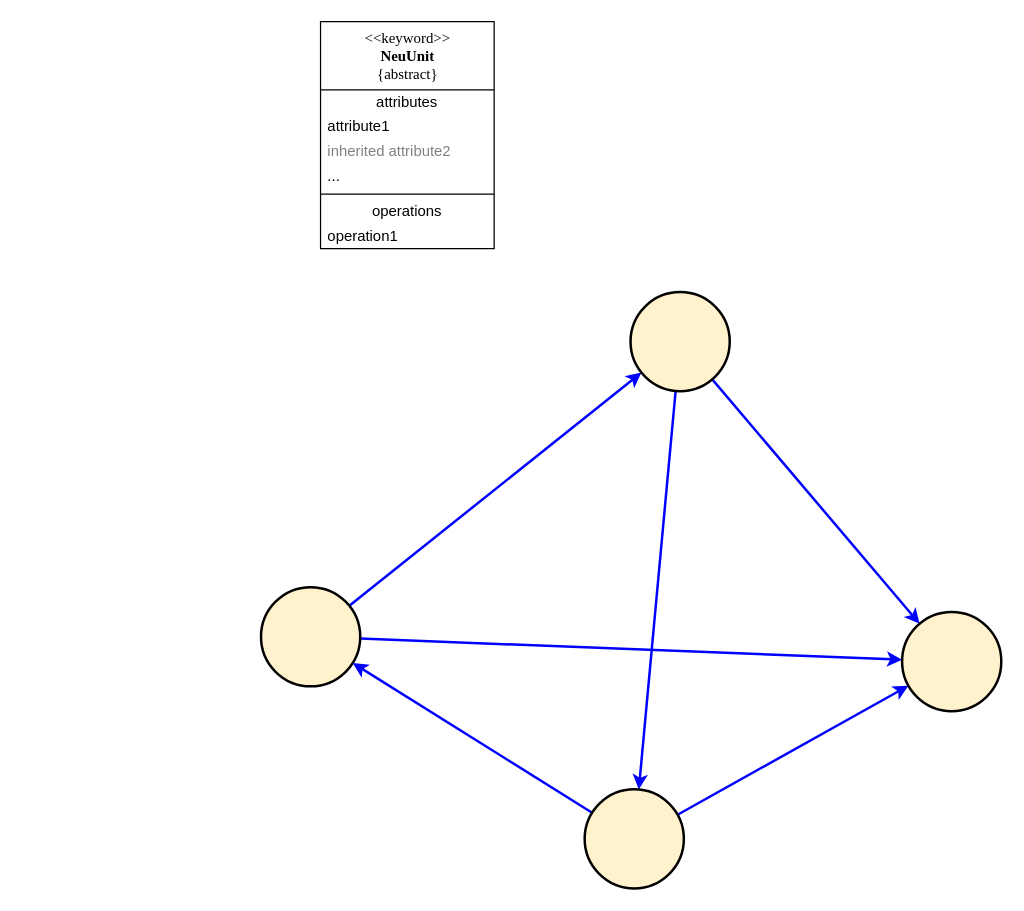
Before: page "微观神经元层框架" (3 of 9) of Analyse/总体分析框架.drawio in EntelechySystem/EntelechySystem_theory, a draw.io diagram. Source tidied: cells renumbered, new cells numbered last; positions are measured from the earlier drawing's top-left corner, leaving out a move shared by most shapes. Both pictures are drawn from the tidied source at 124%, with x=0, y=0 at pixel (260, 21).
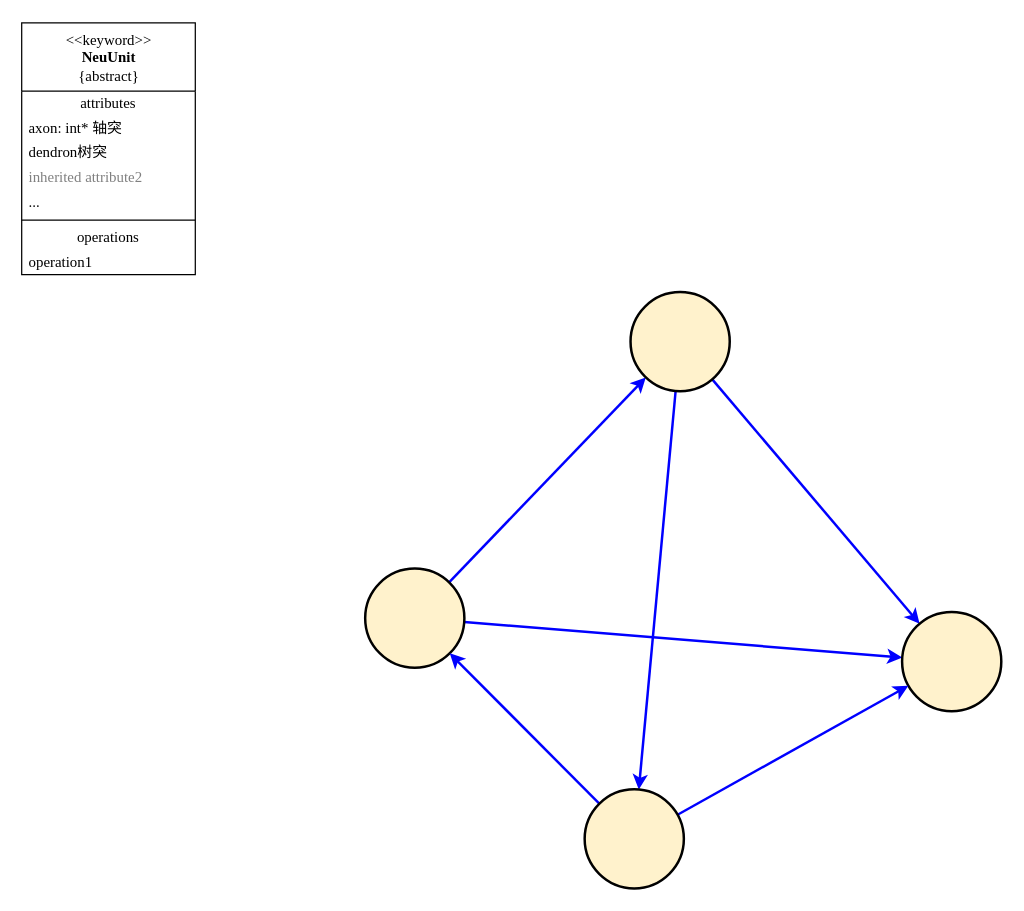
After the change.

The edit, as a diff of the source:
```diff
@@
     <mxCell id="2" value="&amp;lt;&amp;lt;keyword&amp;gt;&amp;gt;&lt;br&gt;&lt;b&gt;NeuUnit&lt;/b&gt;&lt;br&gt;{abstract}" style="swimlane;fontStyle=0;align=center;verticalAlign=top;horizontal=1;startSize=55;html=1;fontFamily=Times New Roman;" parent="1" vertex="1">
-      <mxGeometry x="48" width="140" height="183" as="geometry" />
+      <mxGeometry x="-193" y="1" width="140" height="203" as="geometry" />
     </mxCell>
-    <mxCell id="3" value="attributes" style="text;html=1;strokeColor=none;fillColor=none;align=center;verticalAlign=middle;spacingLeft=4;spacingRight=4;overflow=hidden;" parent="2" vertex="1">
+    <mxCell id="3" value="attributes" style="text;html=1;strokeColor=none;fillColor=none;align=center;verticalAlign=middle;spacingLeft=4;spacingRight=4;overflow=hidden;fontFamily=Times New Roman;" parent="2" vertex="1">
       <mxGeometry y="55" width="140" height="20" as="geometry" />
     </mxCell>
-    <mxCell id="4" value="attribute1" style="text;html=1;strokeColor=none;fillColor=none;align=left;verticalAlign=middle;spacingLeft=4;spacingRight=4;overflow=hidden;" parent="2" vertex="1">
+    <mxCell id="4" value="axon: int* 轴突" style="text;html=1;strokeColor=none;fillColor=none;align=left;verticalAlign=middle;spacingLeft=4;spacingRight=4;overflow=hidden;fontFamily=Times New Roman;" parent="2" vertex="1">
       <mxGeometry y="75" width="140" height="20" as="geometry" />
     </mxCell>
+    <mxCell id="20" value="dendron树突" style="text;html=1;strokeColor=none;fillColor=none;align=left;verticalAlign=middle;spacingLeft=4;spacingRight=4;overflow=hidden;fontFamily=Times New Roman;" parent="2" vertex="1">
+      <mxGeometry y="95" width="140" height="20" as="geometry" />
+    </mxCell>
-    <mxCell id="5" value="inherited attribute2" style="text;html=1;strokeColor=none;fillColor=none;align=left;verticalAlign=middle;spacingLeft=4;spacingRight=4;overflow=hidden;fontColor=#808080;" parent="2" vertex="1">
-      <mxGeometry y="95" width="140" height="20" as="geometry" />
+    <mxCell id="5" value="inherited attribute2" style="text;html=1;strokeColor=none;fillColor=none;align=left;verticalAlign=middle;spacingLeft=4;spacingRight=4;overflow=hidden;fontColor=#808080;fontFamily=Times New Roman;" parent="2" vertex="1">
+      <mxGeometry y="115" width="140" height="20" as="geometry" />
     </mxCell>
-    <mxCell id="6" value="..." style="text;html=1;strokeColor=none;fillColor=none;align=left;verticalAlign=middle;spacingLeft=4;spacingRight=4;overflow=hidden;" parent="2" vertex="1">
-      <mxGeometry y="115" width="140" height="20" as="geometry" />
+    <mxCell id="6" value="..." style="text;html=1;strokeColor=none;fillColor=none;align=left;verticalAlign=middle;spacingLeft=4;spacingRight=4;overflow=hidden;fontFamily=Times New Roman;" parent="2" vertex="1">
+      <mxGeometry y="135" width="140" height="20" as="geometry" />
     </mxCell>
-    <mxCell id="7" style="line;strokeWidth=1;fillColor=none;align=left;verticalAlign=middle;spacingTop=-1;spacingLeft=3;spacingRight=3;labelPosition=right;" parent="2" vertex="1">
-      <mxGeometry y="135" width="140" height="8" as="geometry" />
+    <mxCell id="7" style="line;strokeWidth=1;fillColor=none;align=left;verticalAlign=middle;spacingTop=-1;spacingLeft=3;spacingRight=3;labelPosition=right;fontFamily=Times New Roman;" parent="2" vertex="1">
+      <mxGeometry y="155" width="140" height="8" as="geometry" />
     </mxCell>
-    <mxCell id="8" value="operations" style="text;html=1;strokeColor=none;fillColor=none;align=center;verticalAlign=middle;spacingLeft=4;spacingRight=4;overflow=hidden;" parent="2" vertex="1">
-      <mxGeometry y="143" width="140" height="20" as="geometry" />
+    <mxCell id="8" value="operations" style="text;html=1;strokeColor=none;fillColor=none;align=center;verticalAlign=middle;spacingLeft=4;spacingRight=4;overflow=hidden;fontFamily=Times New Roman;" parent="2" vertex="1">
+      <mxGeometry y="163" width="140" height="20" as="geometry" />
     </mxCell>
-    <mxCell id="9" value="operation1" style="text;html=1;strokeColor=none;fillColor=none;align=left;verticalAlign=middle;spacingLeft=4;spacingRight=4;overflow=hidden;" parent="2" vertex="1">
-      <mxGeometry y="163" width="140" height="20" as="geometry" />
+    <mxCell id="9" value="operation1" style="text;html=1;strokeColor=none;fillColor=none;align=left;verticalAlign=middle;spacingLeft=4;spacingRight=4;overflow=hidden;fontFamily=Times New Roman;" parent="2" vertex="1">
+      <mxGeometry y="183" width="140" height="20" as="geometry" />
     </mxCell>
@@
     <mxCell id="12" style="ellipse;whiteSpace=wrap;html=1;rounded=1;fontFamily=Times New Roman;fontSize=12;fontColor=default;strokeColor=default;strokeWidth=2;fillColor=#fff2cc;" parent="1" vertex="1">
-      <mxGeometry y="456" width="80" height="80" as="geometry" />
+      <mxGeometry x="84" y="441" width="80" height="80" as="geometry" />
     </mxCell>
```
